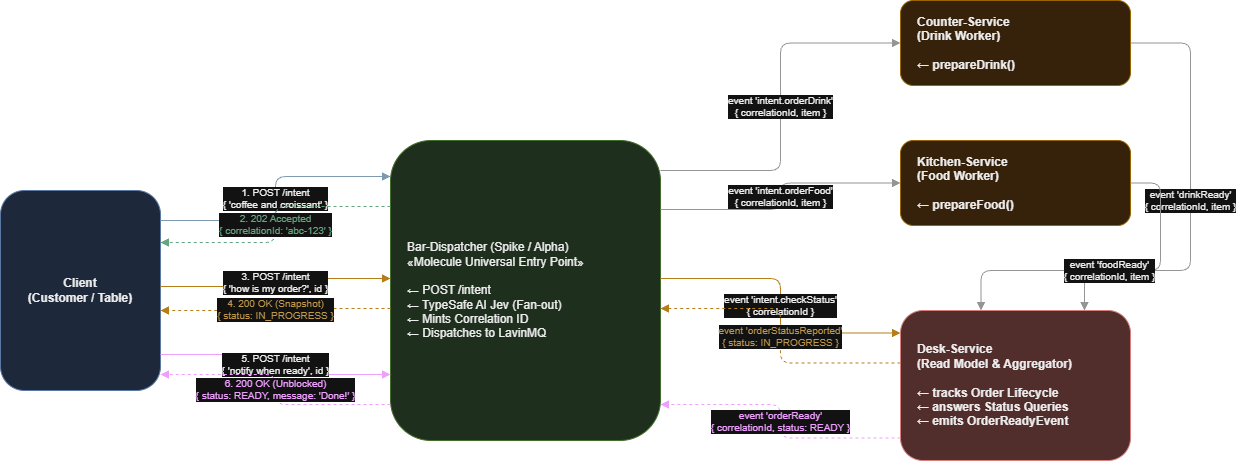
gvincenzi/idea-virtual-bar keeps this draw.io diagram as src/main/resources/static/images/schema.png. Above is the earlier version. Source tidied: cells renumbered, new cells last; positions are measured from the earlier drawing's top-left corner, leaving out a move shared by most shapes.
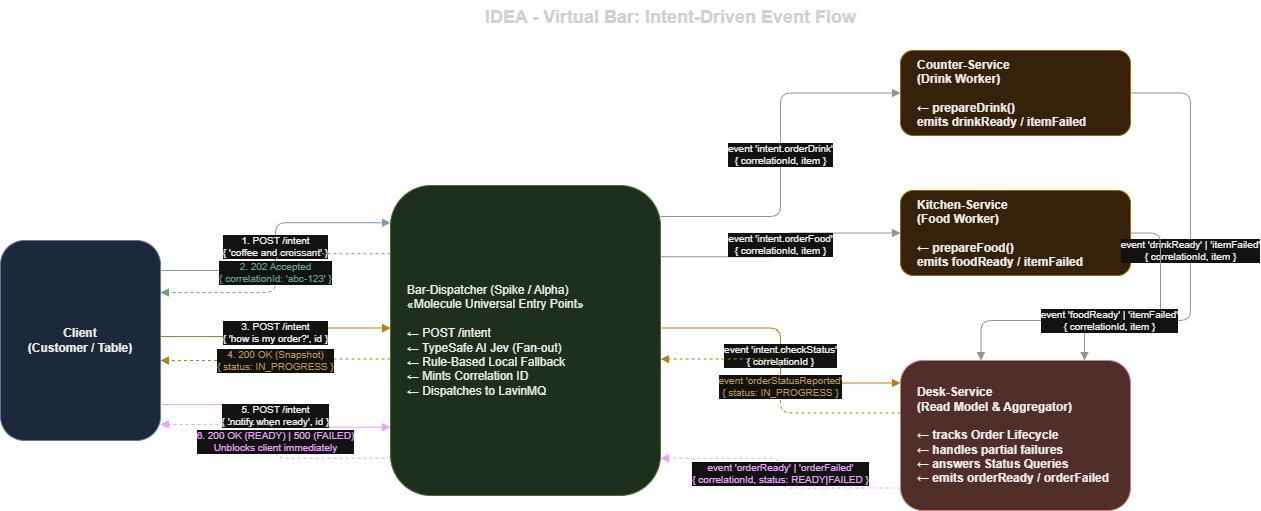
Above is the later version.

Change to the diagram source:
```diff
@@ -2,19 +2,22 @@
   <root>
     <mxCell id="0" />
     <mxCell id="1" parent="0" />
+    <mxCell id="20" value="IDEA - Virtual Bar: Intent-Driven Event Flow" style="text;html=1;fontSize=18;fontStyle=1;align=center;fontColor=#222222;" parent="1" vertex="1">
+      <mxGeometry x="420" y="-50" width="500" height="30" as="geometry" />
+    </mxCell>
     <mxCell id="2" value="Client&#10;(Customer / Table)" style="rounded=1;whiteSpace=wrap;html=1;fillColor=#dae8fc;strokeColor=#6c8ebf;fontColor=#000000;fontStyle=1;" parent="1" vertex="1">
       <mxGeometry y="190" width="160" height="200" as="geometry" />
     </mxCell>
-    <mxCell id="3" value="Bar-Dispatcher (Spike / Alpha)&#10;«Molecule Universal Entry Point»&#10;&#10;← POST /intent&#10;← TypeSafe AI Jev (Fan-out)&#10;← Mints Correlation ID&#10;← Dispatches to LavinMQ" style="rounded=1;whiteSpace=wrap;html=1;fillColor=#d5e8d4;strokeColor=#82b366;fontColor=#000000;align=left;spacingLeft=15;" parent="1" vertex="1">
-      <mxGeometry x="390" y="140" width="270" height="300" as="geometry" />
+    <mxCell id="3" value="Bar-Dispatcher (Spike / Alpha)&#10;«Molecule Universal Entry Point»&#10;&#10;← POST /intent&#10;← TypeSafe AI Jev (Fan-out)&#10;← Rule-Based Local Fallback&#10;← Mints Correlation ID&#10;← Dispatches to LavinMQ" style="rounded=1;whiteSpace=wrap;html=1;fillColor=#d5e8d4;strokeColor=#82b366;fontColor=#000000;align=left;spacingLeft=15;" parent="1" vertex="1">
+      <mxGeometry x="390" y="135" width="270" height="310" as="geometry" />
     </mxCell>
-    <mxCell id="4" value="Counter-Service&#10;(Drink Worker)&#10;&#10;← prepareDrink()" style="rounded=1;whiteSpace=wrap;html=1;fillColor=#ffe6cc;strokeColor=#d79b00;fontColor=#000000;fontStyle=1;align=left;spacingLeft=15;" parent="1" vertex="1">
+    <mxCell id="4" value="Counter-Service&#10;(Drink Worker)&#10;&#10;← prepareDrink()&#10;emits drinkReady / itemFailed" style="rounded=1;whiteSpace=wrap;html=1;fillColor=#ffe6cc;strokeColor=#d79b00;fontColor=#000000;fontStyle=1;align=left;spacingLeft=15;" parent="1" vertex="1">
       <mxGeometry x="900" width="230" height="85" as="geometry" />
     </mxCell>
-    <mxCell id="5" value="Kitchen-Service&#10;(Food Worker)&#10;&#10;← prepareFood()" style="rounded=1;whiteSpace=wrap;html=1;fillColor=#ffe6cc;strokeColor=#d79b00;fontColor=#000000;fontStyle=1;align=left;spacingLeft=15;" parent="1" vertex="1">
+    <mxCell id="5" value="Kitchen-Service&#10;(Food Worker)&#10;&#10;← prepareFood()&#10;emits foodReady / itemFailed" style="rounded=1;whiteSpace=wrap;html=1;fillColor=#ffe6cc;strokeColor=#d79b00;fontColor=#000000;fontStyle=1;align=left;spacingLeft=15;" parent="1" vertex="1">
       <mxGeometry x="900" y="140" width="230" height="85" as="geometry" />
     </mxCell>
-    <mxCell id="6" value="Desk-Service&#10;(Read Model &amp; Aggregator)&#10;&#10;← tracks Order Lifecycle&#10;← answers Status Queries&#10;← emits OrderReadyEvent" style="rounded=1;whiteSpace=wrap;html=1;fillColor=#f8cecc;strokeColor=#b85450;fontColor=#000000;fontStyle=1;align=left;spacingLeft=15;" parent="1" vertex="1">
+    <mxCell id="6" value="Desk-Service&#10;(Read Model &amp; Aggregator)&#10;&#10;← tracks Order Lifecycle&#10;← handles partial failures&#10;← answers Status Queries&#10;← emits orderReady / orderFailed" style="rounded=1;whiteSpace=wrap;html=1;fillColor=#f8cecc;strokeColor=#b85450;fontColor=#000000;fontStyle=1;align=left;spacingLeft=15;" parent="1" vertex="1">
       <mxGeometry x="900" y="310" width="230" height="150" as="geometry" />
     </mxCell>
     <mxCell id="7" value="1. POST /intent&#10;{ 'coffee and croissant' }" style="edgeStyle=orthogonalEdgeStyle;rounded=1;html=1;endArrow=block;fontSize=10;fontColor=#000000;strokeColor=#4a6b82;exitX=1;exitY=0.15;entryX=0;entryY=0.12;" parent="1" edge="1" source="2" target="3">
@@ -29,7 +32,7 @@
     <mxCell id="10" value="event 'intent.orderFood'&#10;{ correlationId, item }" style="edgeStyle=orthogonalEdgeStyle;rounded=1;html=1;endArrow=block;fontSize=10;fontColor=#000000;strokeColor=#666666;exitX=1;exitY=0.23;entryX=0;entryY=0.5;" parent="1" edge="1" source="3" target="5">
       <mxGeometry relative="1" as="geometry" />
     </mxCell>
-    <mxCell id="11" value="event 'drinkReady'&#10;{ correlationId, item }" style="edgeStyle=orthogonalEdgeStyle;rounded=1;html=1;endArrow=block;fontSize=10;fontColor=#000000;strokeColor=#666666;exitX=1;exitY=0.5;entryX=0.8;entryY=0;" parent="1" edge="1" source="4" target="6">
+    <mxCell id="11" value="event 'drinkReady' | 'itemFailed'&#10;{ correlationId, item }" style="edgeStyle=orthogonalEdgeStyle;rounded=1;html=1;endArrow=block;fontSize=10;fontColor=#000000;strokeColor=#666666;exitX=1;exitY=0.5;entryX=0.8;entryY=0;" parent="1" edge="1" source="4" target="6">
       <mxGeometry relative="1" as="geometry">
         <Array as="points">
           <mxPoint x="1190" y="42" />
@@ -38,7 +41,7 @@
         </Array>
       </mxGeometry>
     </mxCell>
-    <mxCell id="12" value="event 'foodReady'&#10;{ correlationId, item }" style="edgeStyle=orthogonalEdgeStyle;rounded=1;html=1;endArrow=block;fontSize=10;fontColor=#000000;strokeColor=#666666;exitX=1;exitY=0.5;entryX=0.35;entryY=0;" parent="1" edge="1" source="5" target="6">
+    <mxCell id="12" value="event 'foodReady' | 'itemFailed'&#10;{ correlationId, item }" style="edgeStyle=orthogonalEdgeStyle;rounded=1;html=1;endArrow=block;fontSize=10;fontColor=#000000;strokeColor=#666666;exitX=1;exitY=0.5;entryX=0.35;entryY=0;" parent="1" edge="1" source="5" target="6">
       <mxGeometry relative="1" as="geometry">
         <Array as="points">
           <mxPoint x="1160" y="182" />
@@ -62,10 +65,10 @@
     <mxCell id="17" value="5. POST /intent&#10;{ 'notify when ready', id }" style="edgeStyle=orthogonalEdgeStyle;rounded=1;html=1;endArrow=block;fontSize=10;fontColor=#000000;strokeColor=#7b1fa2;exitX=1;exitY=0.82;entryX=0;entryY=0.78;" parent="1" edge="1" source="2" target="3">
       <mxGeometry relative="1" as="geometry" />
     </mxCell>
-    <mxCell id="18" value="event 'orderReady'&#10;{ correlationId, status: READY }" style="edgeStyle=orthogonalEdgeStyle;rounded=1;html=1;endArrow=block;dashed=1;fontSize=10;fontColor=#7b1fa2;strokeColor=#7b1fa2;exitX=0;exitY=0.85;entryX=1;entryY=0.88;" parent="1" edge="1" source="6" target="3">
+    <mxCell id="18" value="event 'orderReady' | 'orderFailed'&#10;{ correlationId, status: READY|FAILED }" style="edgeStyle=orthogonalEdgeStyle;rounded=1;html=1;endArrow=block;dashed=1;fontSize=10;fontColor=#7b1fa2;strokeColor=#7b1fa2;exitX=0;exitY=0.85;entryX=1;entryY=0.88;" parent="1" edge="1" source="6" target="3">
       <mxGeometry relative="1" as="geometry" />
     </mxCell>
-    <mxCell id="19" value="6. 200 OK (Unblocked)&#10;{ status: READY, message: 'Done!' }" style="edgeStyle=orthogonalEdgeStyle;rounded=1;html=1;endArrow=block;dashed=1;fontSize=10;fontColor=#7b1fa2;strokeColor=#7b1fa2;exitX=0;exitY=0.88;entryX=1;entryY=0.92;" parent="1" edge="1" source="3" target="2">
+    <mxCell id="19" value="6. 200 OK (READY) | 500 (FAILED)&#10;Unblocks client immediately" style="edgeStyle=orthogonalEdgeStyle;rounded=1;html=1;endArrow=block;dashed=1;fontSize=10;fontColor=#7b1fa2;strokeColor=#7b1fa2;exitX=0;exitY=0.88;entryX=1;entryY=0.92;" parent="1" edge="1" source="3" target="2">
       <mxGeometry relative="1" as="geometry" />
     </mxCell>
   </root>
```
